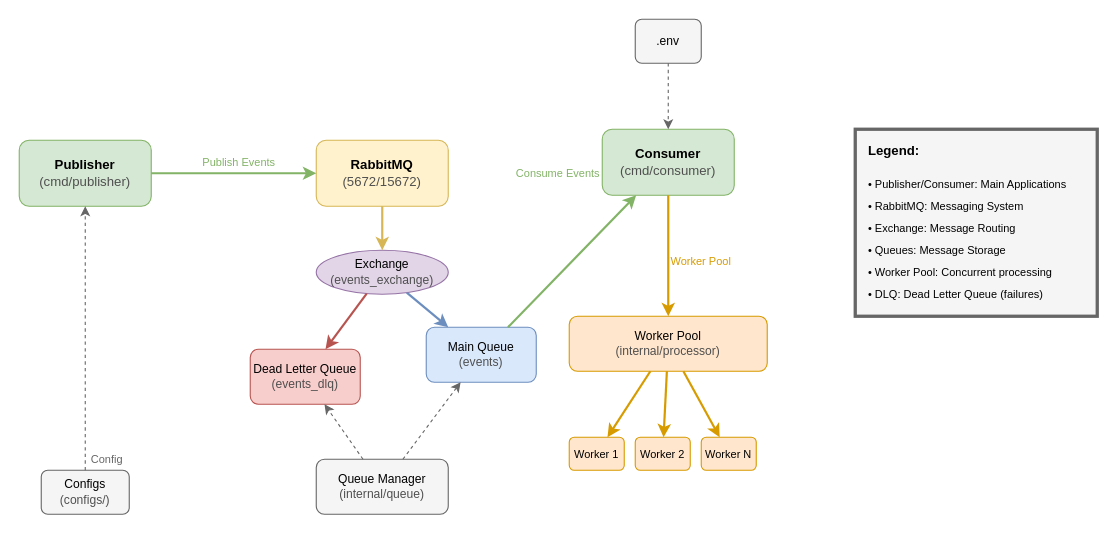
The draw.io diagram docs/architecture.drawio in lorenaziviani/go_hopper, before the edit. Source tidied: cells renumbered, new cells numbered last; positions are measured from the earlier drawing's top-left corner, leaving out a move shared by most shapes. Both pictures are drawn from the tidied source at 110%, with x=0, y=0 at pixel (19, 19).
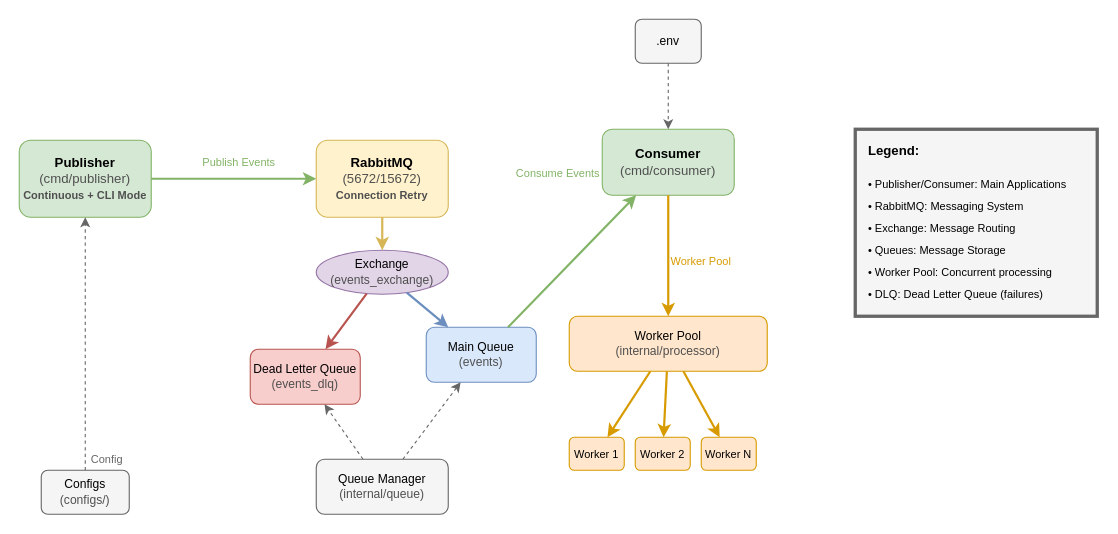
Above is the later version.

Commit message (it also covers changes not shown here):
feat(publisher): implement basic publisher with RabbitMQ

What changed in the source:
```diff
@@
-    <mxCell id="3" value="Publisher&lt;br&gt;&lt;span style=&quot;font-weight: normal;&quot;&gt;&lt;font style=&quot;color: rgb(79, 79, 79);&quot;&gt;(cmd/publisher)&lt;/font&gt;&lt;/span&gt;" style="rounded=1;whiteSpace=wrap;html=1;fillColor=#d5e8d4;strokeColor=#82b366;fontSize=12;fontStyle=1;" parent="1" vertex="1">
-      <mxGeometry y="110" width="120" height="60" as="geometry" />
+    <mxCell id="3" value="Publisher&lt;br&gt;&lt;span style=&quot;font-weight: normal;&quot;&gt;&lt;font style=&quot;color: rgb(79, 79, 79);&quot;&gt;(cmd/publisher)&lt;/font&gt;&lt;/span&gt;&lt;br&gt;&lt;font style=&quot;color: rgb(79, 79, 79); font-size: 10px;&quot;&gt;Continuous + CLI Mode&lt;/font&gt;" style="rounded=1;whiteSpace=wrap;html=1;fillColor=#d5e8d4;strokeColor=#82b366;fontSize=12;fontStyle=1;" parent="1" vertex="1">
+      <mxGeometry y="110" width="120" height="70" as="geometry" />
     </mxCell>
-    <mxCell id="4" value="RabbitMQ&lt;br&gt;&lt;font style=&quot;color: rgb(79, 79, 79); font-weight: normal;&quot;&gt;(5672/15672)&lt;/font&gt;" style="rounded=1;whiteSpace=wrap;html=1;fillColor=#fff2cc;strokeColor=#d6b656;fontSize=12;fontStyle=1;" parent="1" vertex="1">
-      <mxGeometry x="270" y="110" width="120" height="60" as="geometry" />
+    <mxCell id="4" value="RabbitMQ&lt;br&gt;&lt;font style=&quot;color: rgb(79, 79, 79); font-weight: normal;&quot;&gt;(5672/15672)&lt;/font&gt;&lt;br&gt;&lt;font style=&quot;color: rgb(79, 79, 79); font-size: 10px;&quot;&gt;Connection Retry&lt;/font&gt;" style="rounded=1;whiteSpace=wrap;html=1;fillColor=#fff2cc;strokeColor=#d6b656;fontSize=12;fontStyle=1;" parent="1" vertex="1">
+      <mxGeometry x="270" y="110" width="120" height="70" as="geometry" />
     </mxCell>
```
